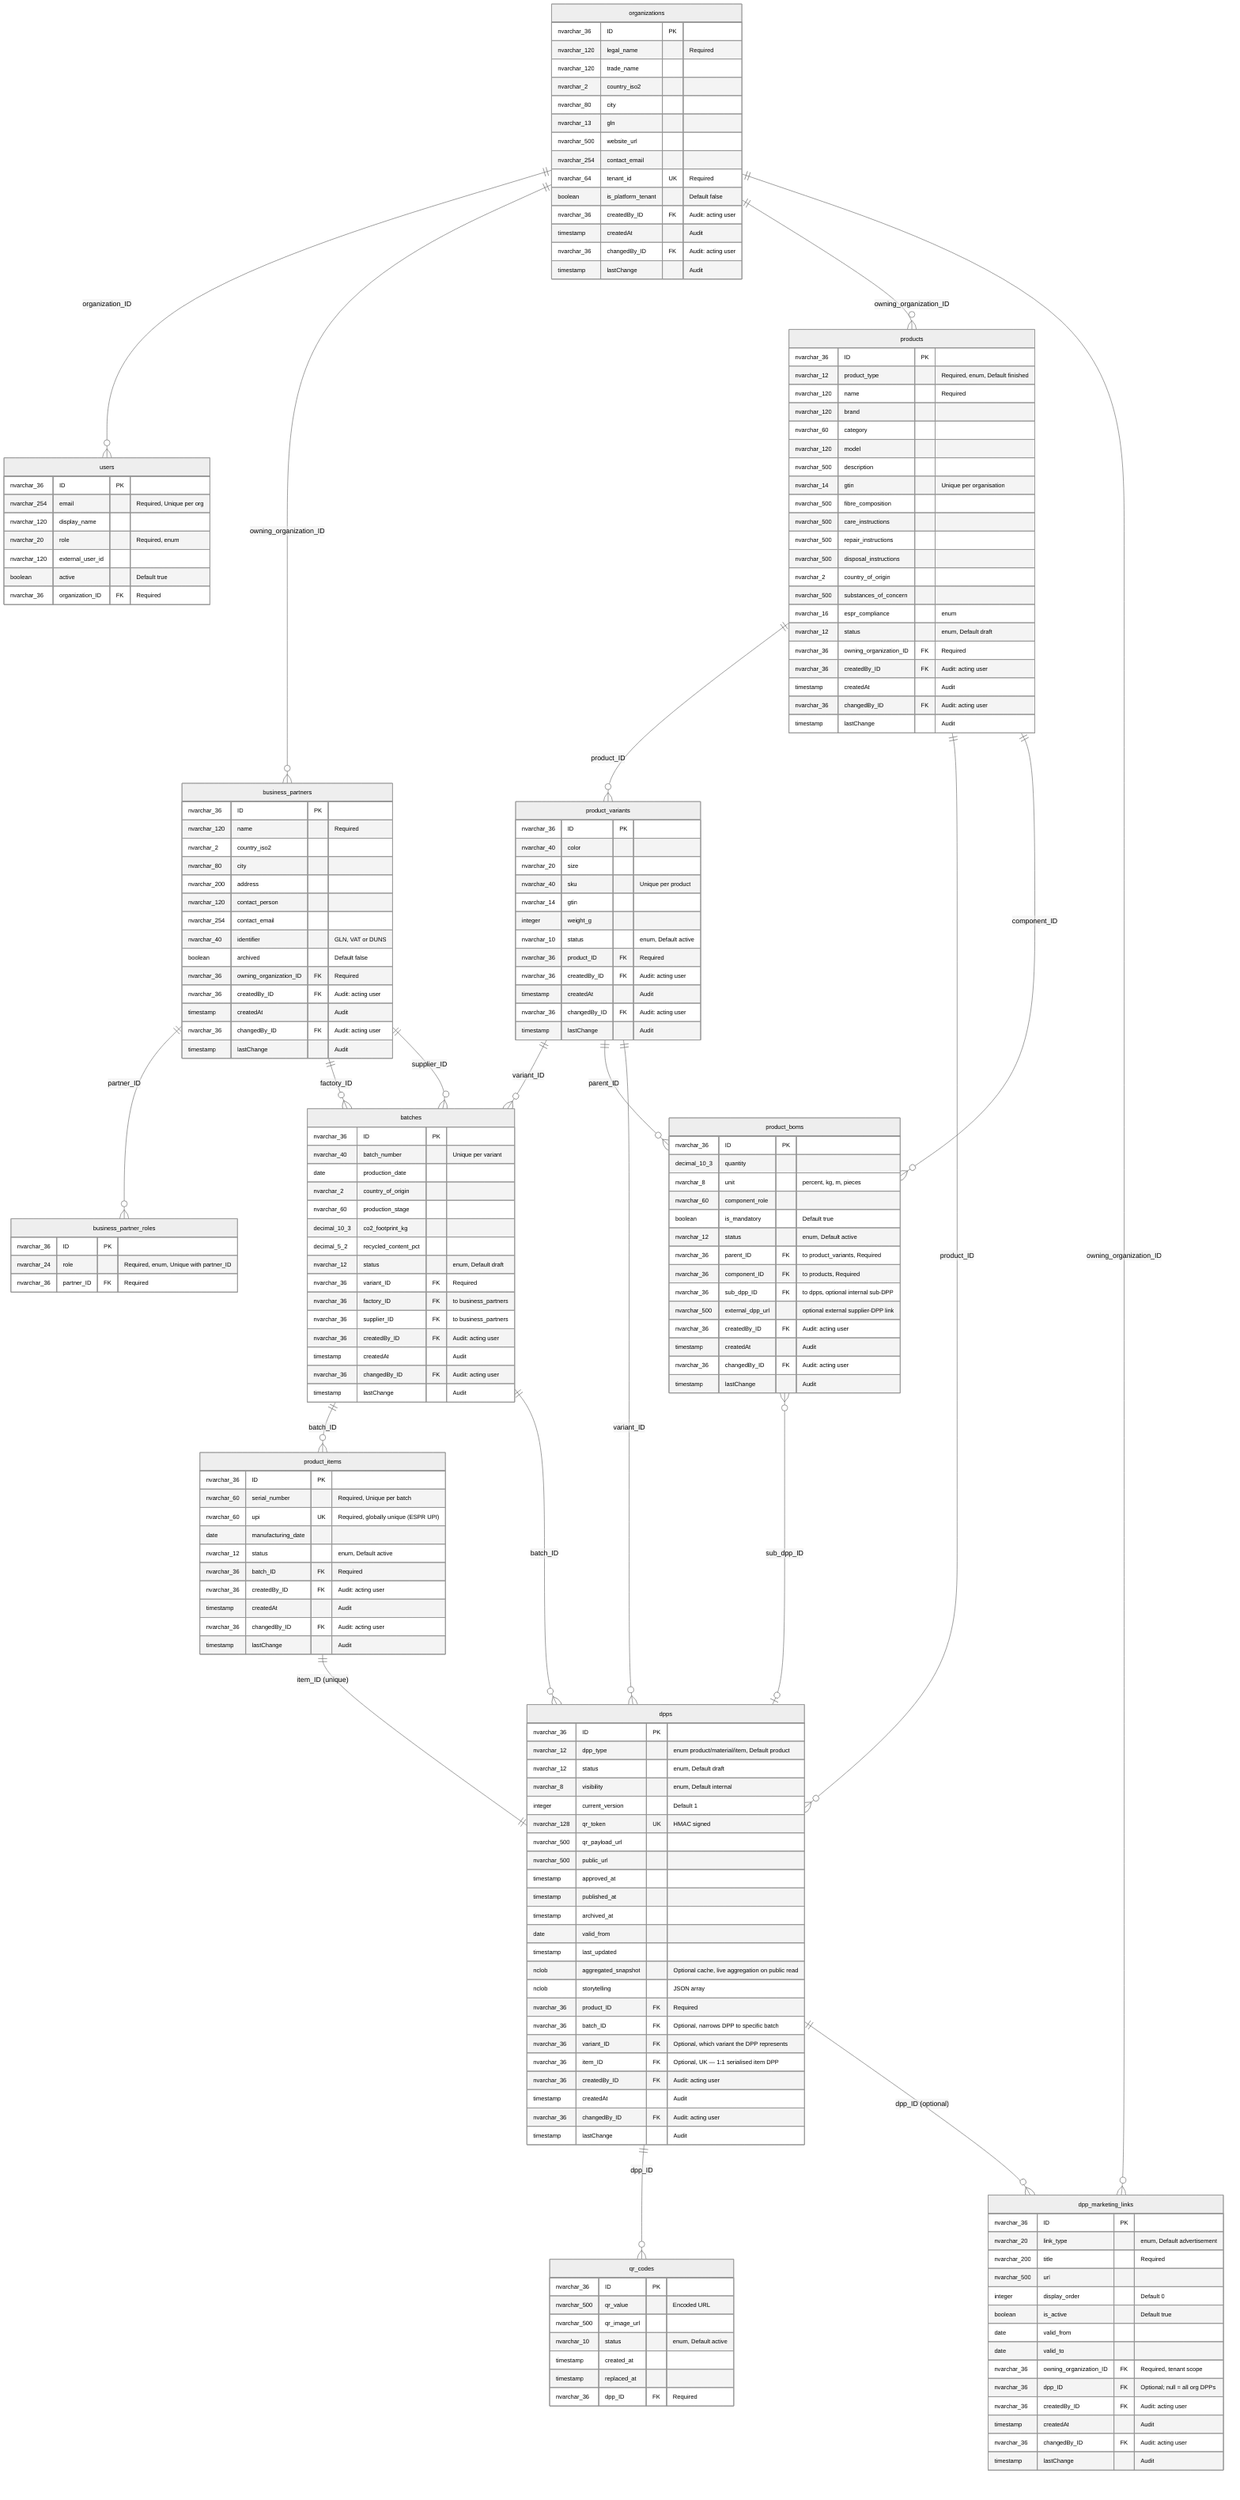
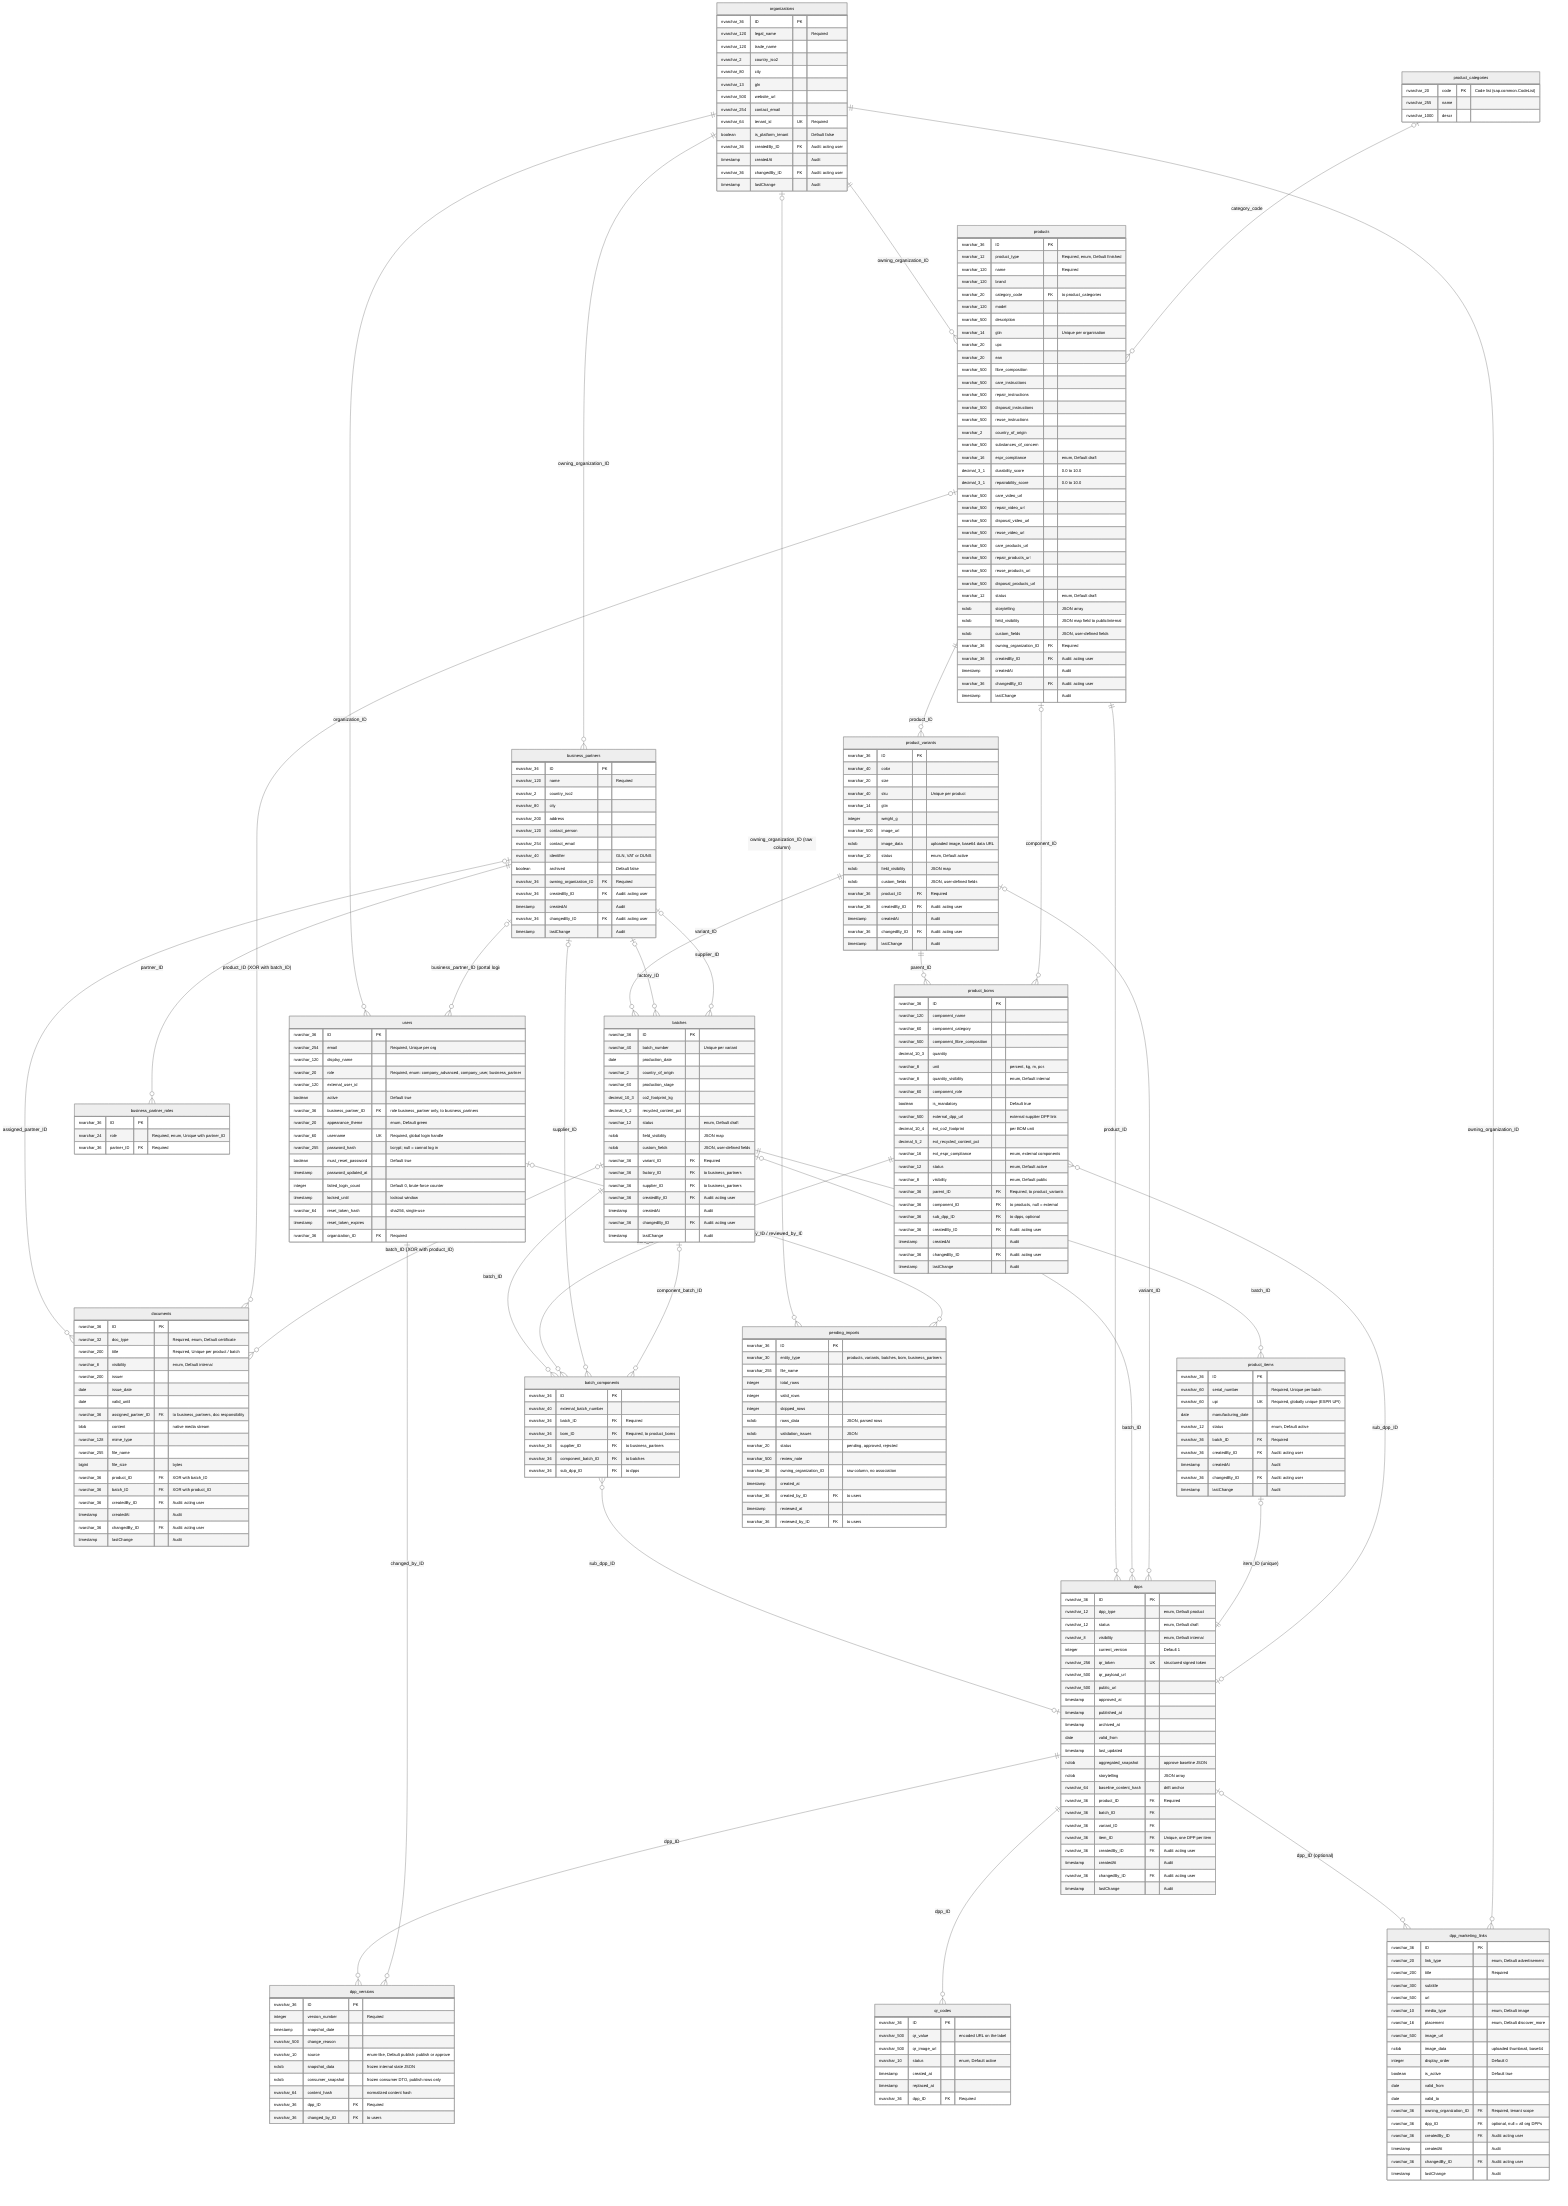
%%{init: {'theme':'neutral', 'themeVariables': { 'fontSize': '12px'}}}%%
+ %% Technical data model — physical schema as deployed to HANA Cloud (17 domain
+ %% tables, main, July 2026). Field-level view; the attribute-free semantic
+ %% counterpart is erd.mmd. Types follow the HANA HDI mapping of the CDS model
+ %% (db/*.cds). Notes: deployed object names carry the dpp_ namespace prefix
+ %% (e.g. dpp_Organizations) — shown here without it; the ProductCategories code
+ %% list additionally deploys a localized-texts table (dpp_ProductCategories_texts),
+ %% not drawn.
erDiagram

    %% Organisation layer
    organizations      ||--o{ users                  : "organization_ID"
    organizations      ||--o{ business_partners      : "owning_organization_ID"
    organizations      ||--o{ products               : "owning_organization_ID"
    business_partners  ||--o{ business_partner_roles : "partner_ID"
+     business_partners  |o--o{ users                  : "business_partner_ID (portal login)"
+     business_partners  |o--o{ documents              : "assigned_partner_ID"

    %% Product layer
+     product_categories |o--o{ products               : "category_code"
    products           ||--o{ product_variants       : "product_ID"
    product_variants   ||--o{ batches                : "variant_ID"
    batches            ||--o{ product_items          : "batch_ID"
-     business_partners  ||--o{ batches                : "factory_ID"
-     business_partners  ||--o{ batches                : "supplier_ID"
+     business_partners  |o--o{ batches                : "factory_ID"
+     business_partners  |o--o{ batches                : "supplier_ID"
    product_variants   ||--o{ product_boms           : "parent_ID"
-     product_boms       }o--|| products               : "component_ID"
+     product_boms       }o--o| products               : "component_ID"
+     batches            ||--o{ batch_components       : "batch_ID"
+     product_boms       ||--o{ batch_components       : "bom_ID"
+     business_partners  |o--o{ batch_components       : "supplier_ID"
+     batch_components   }o--o| batches                : "component_batch_ID"
+     batch_components   }o--o| dpps                   : "sub_dpp_ID"
+     products           |o--o{ documents              : "product_ID (XOR with batch_ID)"
+     batches            |o--o{ documents              : "batch_ID (XOR with product_ID)"

    %% Passport layer
    products           ||--o{ dpps                   : "product_ID"
-     batches            ||--o{ dpps                   : "batch_ID"
-     product_variants   ||--o{ dpps                   : "variant_ID"
-     product_items      ||--|| dpps                   : "item_ID (unique)"
+     batches            |o--o{ dpps                   : "batch_ID"
+     product_variants   |o--o{ dpps                   : "variant_ID"
+     product_items      |o--|| dpps                   : "item_ID (unique)"
    dpps               ||--o{ qr_codes               : "dpp_ID"
    product_boms       }o--o| dpps                   : "sub_dpp_ID"
-     dpps               ||--o{ dpp_marketing_links    : "dpp_ID (optional)"
+     dpps               ||--o{ dpp_versions           : "dpp_ID"
+     users              |o--o{ dpp_versions           : "changed_by_ID"
+     dpps               |o--o{ dpp_marketing_links    : "dpp_ID (optional)"
    organizations      ||--o{ dpp_marketing_links    : "owning_organization_ID"
+ 
+     %% Import staging
+     organizations      |o--o{ pending_imports        : "owning_organization_ID (raw column)"
+     users              |o--o{ pending_imports        : "created_by_ID / reviewed_by_ID"

    organizations {
        nvarchar_36  ID                   PK
        nvarchar_120 legal_name              "Required"
        nvarchar_120 trade_name
        nvarchar_2   country_iso2
        nvarchar_80  city
        nvarchar_13  gln
        nvarchar_500 website_url
        nvarchar_254 contact_email
        nvarchar_64  tenant_id            UK "Required"
        boolean      is_platform_tenant      "Default false"
        nvarchar_36  createdBy_ID         FK "Audit: acting user"
        timestamp    createdAt               "Audit"
        nvarchar_36  changedBy_ID         FK "Audit: acting user"
        timestamp    lastChange              "Audit"
    }

    users {
        nvarchar_36  ID                   PK
        nvarchar_254 email                   "Required, Unique per org"
        nvarchar_120 display_name
-         nvarchar_20  role                    "Required, enum"
+         nvarchar_20  role                    "Required, enum: company_advanced, company_user, business_partner"
        nvarchar_120 external_user_id
        boolean      active                  "Default true"
+         nvarchar_36  business_partner_ID  FK "role business_partner only, to business_partners"
+         nvarchar_20  appearance_theme        "enum, Default green"
+         nvarchar_60  username             UK "Required, global login handle"
+         nvarchar_255 password_hash           "bcrypt; null = cannot log in"
+         boolean      must_reset_password     "Default true"
+         timestamp    password_updated_at
+         integer      failed_login_count      "Default 0, brute-force counter"
+         timestamp    locked_until            "lockout window"
+         nvarchar_64  reset_token_hash        "sha256, single-use"
+         timestamp    reset_token_expires
        nvarchar_36  organization_ID      FK "Required"
    }

    business_partners {
        nvarchar_36  ID                   PK
        nvarchar_120 name                    "Required"
        nvarchar_2   country_iso2
        nvarchar_80  city
        nvarchar_200 address
        nvarchar_120 contact_person
        nvarchar_254 contact_email
        nvarchar_40  identifier              "GLN, VAT or DUNS"
        boolean      archived                "Default false"
        nvarchar_36  owning_organization_ID FK "Required"
        nvarchar_36  createdBy_ID         FK "Audit: acting user"
        timestamp    createdAt               "Audit"
        nvarchar_36  changedBy_ID         FK "Audit: acting user"
        timestamp    lastChange              "Audit"
    }

    business_partner_roles {
        nvarchar_36  ID                   PK
        nvarchar_24  role                    "Required, enum, Unique with partner_ID"
        nvarchar_36  partner_ID           FK "Required"
    }

+     product_categories {
+         nvarchar_20   code                PK "Code list (sap.common.CodeList)"
+         nvarchar_255  name
+         nvarchar_1000 descr
+     }
+ 
    products {
        nvarchar_36  ID                   PK
        nvarchar_12  product_type            "Required, enum, Default finished"
        nvarchar_120 name                    "Required"
        nvarchar_120 brand
-         nvarchar_60  category
+         nvarchar_20  category_code        FK "to product_categories"
        nvarchar_120 model
        nvarchar_500 description
        nvarchar_14  gtin                    "Unique per organisation"
+         nvarchar_20  upc
+         nvarchar_20  ean
        nvarchar_500 fibre_composition
        nvarchar_500 care_instructions
        nvarchar_500 repair_instructions
        nvarchar_500 disposal_instructions
+         nvarchar_500 reuse_instructions
        nvarchar_2   country_of_origin
        nvarchar_500 substances_of_concern
-         nvarchar_16  espr_compliance         "enum"
+         nvarchar_16  espr_compliance         "enum, Default draft"
+         decimal_3_1  durability_score        "0.0 to 10.0"
+         decimal_3_1  repairability_score     "0.0 to 10.0"
+         nvarchar_500 care_video_url
+         nvarchar_500 repair_video_url
+         nvarchar_500 disposal_video_url
+         nvarchar_500 reuse_video_url
+         nvarchar_500 care_products_url
+         nvarchar_500 repair_products_url
+         nvarchar_500 reuse_products_url
+         nvarchar_500 disposal_products_url
        nvarchar_12  status                  "enum, Default draft"
+         nclob        storytelling            "JSON array"
+         nclob        field_visibility        "JSON map field to public/internal"
+         nclob        custom_fields           "JSON, user-defined fields"
        nvarchar_36  owning_organization_ID FK "Required"
        nvarchar_36  createdBy_ID         FK "Audit: acting user"
        timestamp    createdAt               "Audit"
        nvarchar_36  changedBy_ID         FK "Audit: acting user"
        timestamp    lastChange              "Audit"
    }

    product_variants {
        nvarchar_36  ID                   PK
        nvarchar_40  color
        nvarchar_20  size
        nvarchar_40  sku                     "Unique per product"
        nvarchar_14  gtin
        integer      weight_g
+         nvarchar_500 image_url
+         nclob        image_data              "uploaded image, base64 data URL"
        nvarchar_10  status                  "enum, Default active"
+         nclob        field_visibility        "JSON map"
+         nclob        custom_fields           "JSON, user-defined fields"
        nvarchar_36  product_ID           FK "Required"
        nvarchar_36  createdBy_ID         FK "Audit: acting user"
        timestamp    createdAt               "Audit"
        nvarchar_36  changedBy_ID         FK "Audit: acting user"
        timestamp    lastChange              "Audit"
    }

    batches {
        nvarchar_36   ID                  PK
        nvarchar_40   batch_number           "Unique per variant"
        date          production_date
        nvarchar_2    country_of_origin
        nvarchar_60   production_stage
        decimal_10_3  co2_footprint_kg
        decimal_5_2   recycled_content_pct
        nvarchar_12   status                 "enum, Default draft"
+         nclob         field_visibility       "JSON map"
+         nclob         custom_fields          "JSON, user-defined fields"
        nvarchar_36   variant_ID          FK "Required"
        nvarchar_36   factory_ID          FK "to business_partners"
        nvarchar_36   supplier_ID         FK "to business_partners"
        nvarchar_36   createdBy_ID        FK "Audit: acting user"
        timestamp     createdAt              "Audit"
        nvarchar_36   changedBy_ID        FK "Audit: acting user"
        timestamp     lastChange             "Audit"
    }

    product_items {
        nvarchar_36   ID                  PK
        nvarchar_60   serial_number          "Required, Unique per batch"
        nvarchar_60   upi                 UK "Required, globally unique (ESPR UPI)"
        date          manufacturing_date
        nvarchar_12   status                 "enum, Default active"
        nvarchar_36   batch_ID            FK "Required"
        nvarchar_36   createdBy_ID        FK "Audit: acting user"
        timestamp     createdAt              "Audit"
        nvarchar_36   changedBy_ID        FK "Audit: acting user"
        timestamp     lastChange             "Audit"
    }

    product_boms {
        nvarchar_36   ID                  PK
+         nvarchar_120  component_name
+         nvarchar_60   component_category
+         nvarchar_500  component_fibre_composition
        decimal_10_3  quantity
-         nvarchar_8    unit                   "percent, kg, m, pieces"
+         nvarchar_8    unit                   "percent, kg, m, pcs"
+         nvarchar_8    quantity_visibility    "enum, Default internal"
        nvarchar_60   component_role
        boolean       is_mandatory           "Default true"
+         nvarchar_500  external_dpp_url       "external supplier DPP link"
+         decimal_10_4  ext_co2_footprint      "per BOM unit"
+         decimal_5_2   ext_recycled_content_pct
+         nvarchar_16   ext_espr_compliance    "enum, external components"
        nvarchar_12   status                 "enum, Default active"
-         nvarchar_36   parent_ID           FK "to product_variants, Required"
-         nvarchar_36   component_ID        FK "to products, Required"
-         nvarchar_36   sub_dpp_ID          FK "to dpps, optional internal sub-DPP"
-         nvarchar_500  external_dpp_url       "optional external supplier-DPP link"
+         nvarchar_8    visibility             "enum, Default public"
+         nvarchar_36   parent_ID           FK "Required, to product_variants"
+         nvarchar_36   component_ID        FK "to products, null = external"
+         nvarchar_36   sub_dpp_ID          FK "to dpps, optional"
+         nvarchar_36   createdBy_ID        FK "Audit: acting user"
+         timestamp     createdAt              "Audit"
+         nvarchar_36   changedBy_ID        FK "Audit: acting user"
+         timestamp     lastChange             "Audit"
+     }
+ 
+     batch_components {
+         nvarchar_36   ID                  PK
+         nvarchar_40   external_batch_number
+         nvarchar_36   batch_ID            FK "Required"
+         nvarchar_36   bom_ID              FK "Required, to product_boms"
+         nvarchar_36   supplier_ID         FK "to business_partners"
+         nvarchar_36   component_batch_ID  FK "to batches"
+         nvarchar_36   sub_dpp_ID          FK "to dpps"
+     }
+ 
+     documents {
+         nvarchar_36   ID                  PK
+         nvarchar_32   doc_type               "Required, enum, Default certificate"
+         nvarchar_200  title                  "Required, Unique per product / batch"
+         nvarchar_8    visibility             "enum, Default internal"
+         nvarchar_200  issuer
+         date          issue_date
+         date          valid_until
+         nvarchar_36   assigned_partner_ID FK "to business_partners, doc responsibility"
+         blob          content                "native media stream"
+         nvarchar_128  mime_type
+         nvarchar_255  file_name
+         bigint        file_size              "bytes"
+         nvarchar_36   product_ID          FK "XOR with batch_ID"
+         nvarchar_36   batch_ID            FK "XOR with product_ID"
        nvarchar_36   createdBy_ID        FK "Audit: acting user"
        timestamp     createdAt              "Audit"
        nvarchar_36   changedBy_ID        FK "Audit: acting user"
        timestamp     lastChange             "Audit"
    }

    dpps {
        nvarchar_36   ID                  PK
-         nvarchar_12   dpp_type               "enum product/material/item, Default product"
+         nvarchar_12   dpp_type               "enum, Default product"
        nvarchar_12   status                 "enum, Default draft"
        nvarchar_8    visibility             "enum, Default internal"
        integer       current_version        "Default 1"
-         nvarchar_128  qr_token            UK "HMAC signed"
+         nvarchar_256  qr_token            UK "structured signed token"
        nvarchar_500  qr_payload_url
        nvarchar_500  public_url
        timestamp     approved_at
        timestamp     published_at
        timestamp     archived_at
        date          valid_from
        timestamp     last_updated
-         nclob         aggregated_snapshot    "Optional cache, live aggregation on public read"
+         nclob         aggregated_snapshot    "approve baseline JSON"
        nclob         storytelling           "JSON array"
+         nvarchar_64   baseline_content_hash  "drift anchor"
        nvarchar_36   product_ID          FK "Required"
-         nvarchar_36   batch_ID            FK "Optional, narrows DPP to specific batch"
-         nvarchar_36   variant_ID          FK "Optional, which variant the DPP represents"
-         nvarchar_36   item_ID             FK "Optional, UK — 1:1 serialised item DPP"
+         nvarchar_36   batch_ID            FK
+         nvarchar_36   variant_ID          FK
+         nvarchar_36   item_ID             FK "Unique, one DPP per item"
        nvarchar_36   createdBy_ID        FK "Audit: acting user"
        timestamp     createdAt              "Audit"
        nvarchar_36   changedBy_ID        FK "Audit: acting user"
        timestamp     lastChange             "Audit"
    }

    qr_codes {
        nvarchar_36   ID                  PK
-         nvarchar_500  qr_value               "Encoded URL"
+         nvarchar_500  qr_value               "encoded URL on the label"
        nvarchar_500  qr_image_url
        nvarchar_10   status                 "enum, Default active"
        timestamp     created_at
        timestamp     replaced_at
        nvarchar_36   dpp_ID              FK "Required"
    }

    dpp_marketing_links {
        nvarchar_36   ID                  PK
        nvarchar_20   link_type              "enum, Default advertisement"
        nvarchar_200  title                  "Required"
+         nvarchar_300  subtitle
        nvarchar_500  url
+         nvarchar_10   media_type             "enum, Default image"
+         nvarchar_16   placement              "enum, Default discover_more"
+         nvarchar_500  image_url
+         nclob         image_data             "uploaded thumbnail, base64"
        integer       display_order          "Default 0"
        boolean       is_active              "Default true"
        date          valid_from
        date          valid_to
        nvarchar_36   owning_organization_ID FK "Required, tenant scope"
-         nvarchar_36   dpp_ID              FK "Optional; null = all org DPPs"
-         nvarchar_36   createdBy_ID        FK "Audit: acting user"
-         timestamp     createdAt              "Audit"
-         nvarchar_36   changedBy_ID        FK "Audit: acting user"
-         timestamp     lastChange             "Audit"
-     }
+         nvarchar_36   dpp_ID              FK "optional, null = all org DPPs"
+         nvarchar_36   createdBy_ID        FK "Audit: acting user"
+         timestamp     createdAt              "Audit"
+         nvarchar_36   changedBy_ID        FK "Audit: acting user"
+         timestamp     lastChange             "Audit"
+     }
+ 
+     dpp_versions {
+         nvarchar_36   ID                  PK
+         integer       version_number         "Required"
+         timestamp     snapshot_date
+         nvarchar_500  change_reason
+         nvarchar_10   source                 "enum-like, Default publish: publish or approve"
+         nclob         snapshot_data          "frozen internal state JSON"
+         nclob         consumer_snapshot      "frozen consumer DTO, publish rows only"
+         nvarchar_64   content_hash           "normalized content hash"
+         nvarchar_36   dpp_ID              FK "Required"
+         nvarchar_36   changed_by_ID       FK "to users"
+     }
+ 
+     pending_imports {
+         nvarchar_36   ID                  PK
+         nvarchar_30   entity_type            "products, variants, batches, bom, business_partners"
+         nvarchar_255  file_name
+         integer       total_rows
+         integer       valid_rows
+         integer       skipped_rows
+         nclob         rows_data              "JSON, parsed rows"
+         nclob         validation_issues      "JSON"
+         nvarchar_20   status                 "pending, approved, rejected"
+         nvarchar_500  review_note
+         nvarchar_36   owning_organization_ID    "raw column, no association"
+         timestamp     created_at
+         nvarchar_36   created_by_ID       FK "to users"
+         timestamp     reviewed_at
+         nvarchar_36   reviewed_by_ID      FK "to users"
+     }
